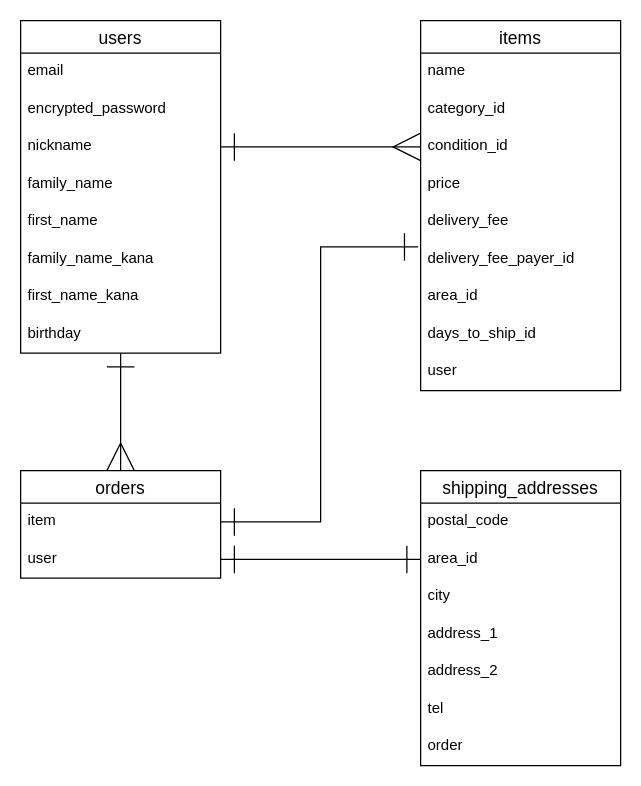
The draw.io diagram ER.dio in hedgehog248/furima-38018, before the edit. Source tidied: cells renumbered, new cells numbered last; positions are measured from the earlier drawing's top-left corner, leaving out a move shared by most shapes. Both pictures are drawn from the tidied source at 125%, with x=0, y=0 at pixel (20, 20).
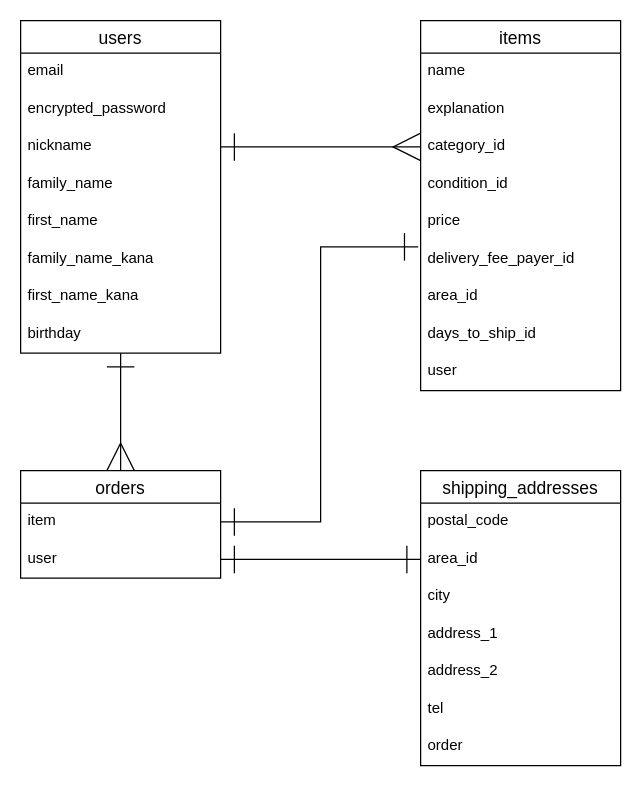
The same diagram, later.

Commit message (it also covers changes not shown here):
itemsテーブルへのexplanationカラムの追加、delivery_feeカラムの削除

Unchanged cells that the change refers to:
```xml
<mxCell id="6" value="nickname" style="text;strokeColor=none;fillColor=none;spacingLeft=4;spacingRight=4;overflow=hidden;points=[[0,0.5],[1,0.5]];portConstraint=eastwest;fontSize=12;" parent="3" vertex="1">
  <mxGeometry y="86" width="160" height="30" as="geometry" />
</mxCell>
<mxCell id="12" value="items" style="swimlane;fontStyle=0;horizontal=1;startSize=26;align=center;fontSize=14;" parent="1" vertex="1">
  <mxGeometry x="320" width="160" height="296" as="geometry" />
</mxCell>
```

Change to the diagram source:
```diff
@@
+    <mxCell id="36" value="explanation" style="text;strokeColor=none;fillColor=none;spacingLeft=4;spacingRight=4;overflow=hidden;fontSize=12;" parent="12" vertex="1">
+      <mxGeometry y="56" width="160" height="30" as="geometry" />
+    </mxCell>
     <mxCell id="14" value="category_id" style="text;strokeColor=none;fillColor=none;spacingLeft=4;spacingRight=4;overflow=hidden;points=[[0,0.5],[1,0.5]];portConstraint=eastwest;fontSize=12;" parent="12" vertex="1">
-      <mxGeometry y="56" width="160" height="30" as="geometry" />
+      <mxGeometry y="86" width="160" height="30" as="geometry" />
     </mxCell>
     <mxCell id="15" value="condition_id" style="text;strokeColor=none;fillColor=none;spacingLeft=4;spacingRight=4;overflow=hidden;points=[[0,0.5],[1,0.5]];portConstraint=eastwest;fontSize=12;" parent="12" vertex="1">
-      <mxGeometry y="86" width="160" height="30" as="geometry" />
+      <mxGeometry y="116" width="160" height="30" as="geometry" />
     </mxCell>
     <mxCell id="16" value="price" style="text;strokeColor=none;fillColor=none;spacingLeft=4;spacingRight=4;overflow=hidden;fontSize=12;" parent="12" vertex="1">
-      <mxGeometry y="116" width="160" height="30" as="geometry" />
+      <mxGeometry y="146" width="160" height="30" as="geometry" />
     </mxCell>
-    <mxCell id="17" value="delivery_fee" style="text;strokeColor=none;fillColor=none;spacingLeft=4;spacingRight=4;overflow=hidden;fontSize=12;" parent="12" vertex="1">
-      <mxGeometry y="146" width="160" height="30" as="geometry" />
-    </mxCell>
@@
-    <mxCell id="34" style="edgeStyle=none;html=1;exitX=1;exitY=0.5;exitDx=0;exitDy=0;endSize=20;startSize=20;endArrow=ERmany;endFill=0;startArrow=ERone;startFill=0;entryX=0;entryY=0.5;entryDx=0;entryDy=0;" parent="1" edge="1" source="6" target="15">
+    <mxCell id="34" style="edgeStyle=none;html=1;exitX=1;exitY=0.5;exitDx=0;exitDy=0;endSize=20;startSize=20;endArrow=ERmany;endFill=0;startArrow=ERone;startFill=0;entryX=0;entryY=0.5;entryDx=0;entryDy=0;" parent="1" edge="1" source="6" target="14">
       <mxGeometry relative="1" as="geometry" />
     </mxCell>
```
